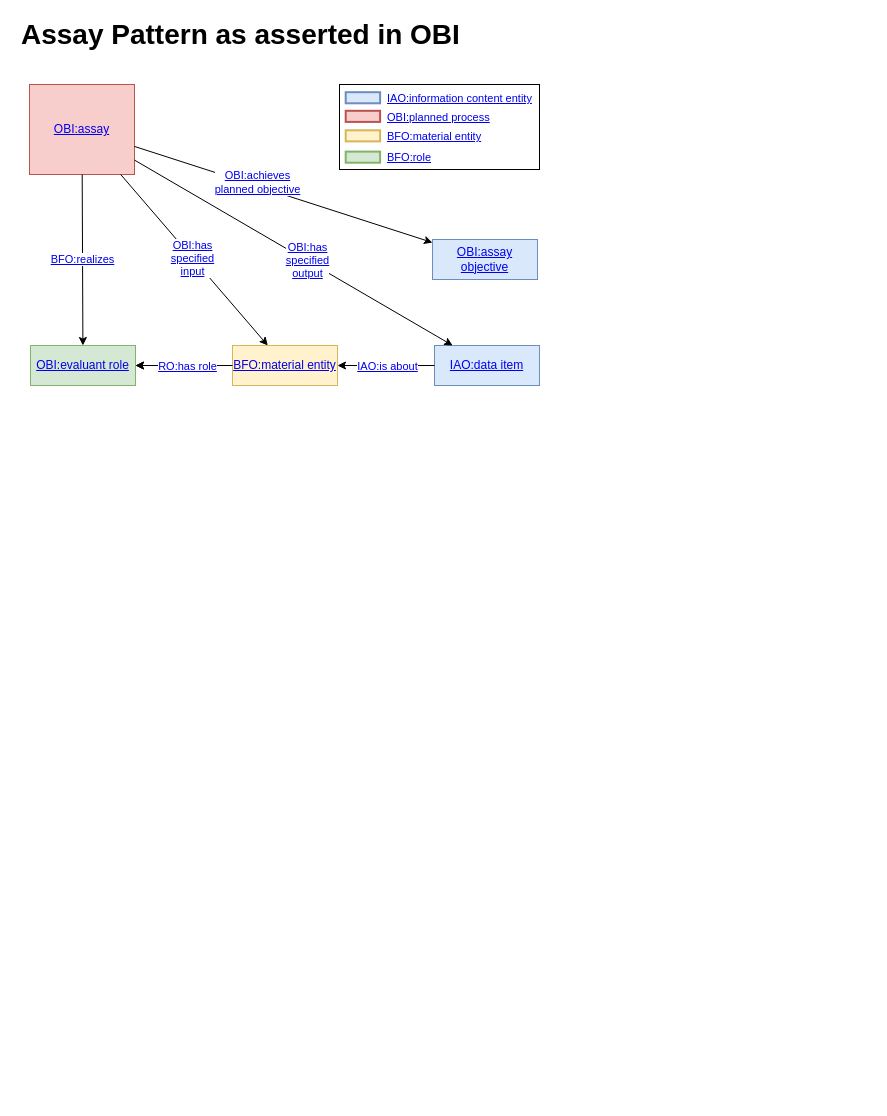
Above: page "OBI Assay Pattern" (3 of 6) of docs/images/VIBSO_T-Box_graph_views.drawio in NFDI4Chem/VibrationalSpectroscopyOntology (draw.io), before the change. Source tidied: cells renumbered, new cells numbered last; positions are measured from the earlier drawing's top-left corner, leaving out a move shared by most shapes. Both pictures are drawn from the tidied source at 100%, with x=0, y=0 at pixel (19, 19).
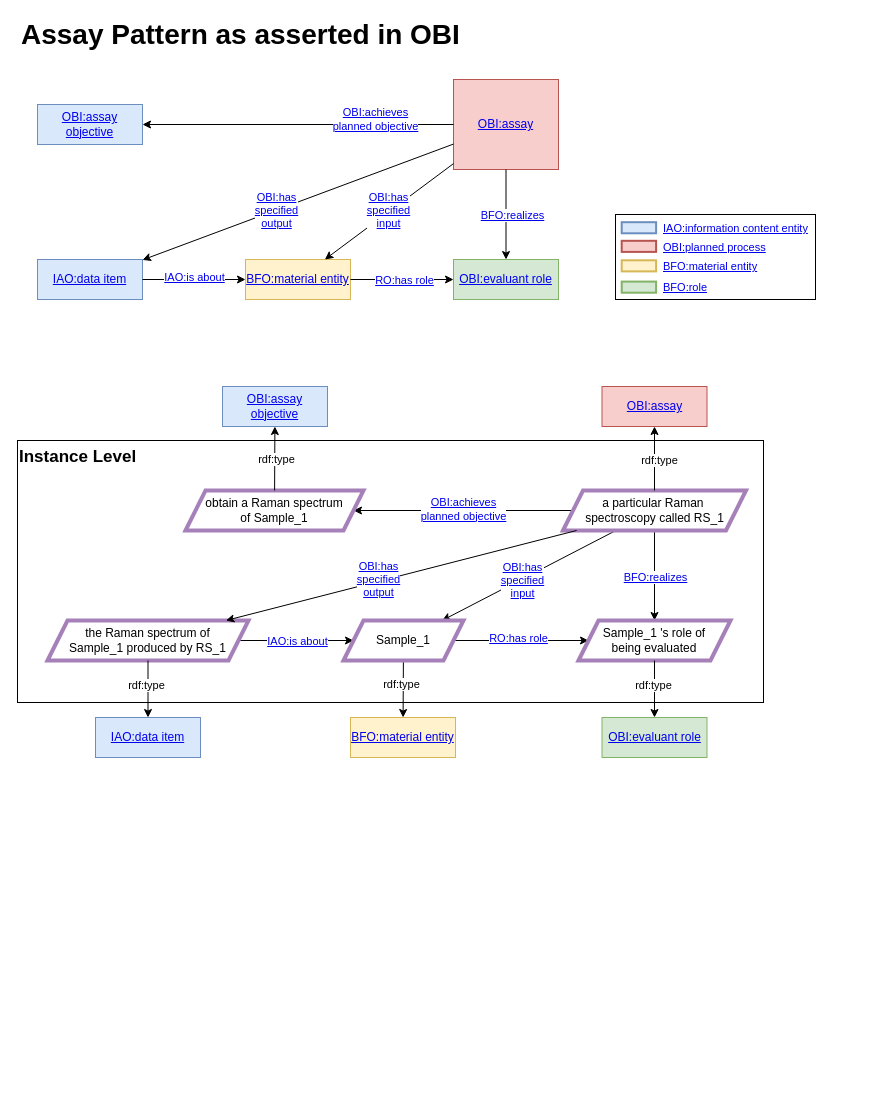
The same page after the edit.

The change refers to these unchanged cells:
```xml
<mxCell id="6" style="rounded=0;jettySize=auto;html=1;jumpStyle=arc;" parent="1" edge="1" source="4" target="5">
  <mxGeometry relative="1" as="geometry" />
</mxCell>
<mxCell id="10" style="rounded=0;jettySize=auto;html=1;" parent="1" edge="1" source="4" target="9">
  <mxGeometry relative="1" as="geometry" />
</mxCell>
<mxCell id="13" style="rounded=0;jettySize=auto;html=1;" parent="1" edge="1" source="9" target="12">
  <mxGeometry relative="1" as="geometry" />
</mxCell>
<mxCell id="15" style="rounded=0;jettySize=auto;html=1;jumpStyle=arc;" parent="1" edge="1" source="4" target="12">
  <mxGeometry relative="1" as="geometry" />
</mxCell>
<mxCell id="18" style="rounded=0;jettySize=auto;html=1;" parent="1" edge="1" source="4" target="17">
  <mxGeometry relative="1" as="geometry" />
</mxCell>
<mxCell id="20" style="rounded=0;jettySize=auto;html=1;jumpStyle=arc;strokeColor=#000000;fontColor=#000000;" parent="1" edge="1" source="5" target="9">
  <mxGeometry relative="1" as="geometry" />
</mxCell>
```

Change to the diagram source:
```diff
@@
+    <mxCell id="32" value="&lt;div align=&quot;left&quot;&gt;&lt;b&gt;&lt;font style=&quot;font-size: 17px;&quot;&gt;Instance Level&lt;/font&gt;&lt;/b&gt;&lt;br&gt;&lt;/div&gt;" style="rounded=0;whiteSpace=wrap;html=1;align=left;verticalAlign=top;" parent="1" vertex="1">
+      <mxGeometry x="-2" y="421" width="746" height="262" as="geometry" />
+    </mxCell>
@@
     <mxCell id="3" style="edgeStyle=none;rounded=0;orthogonalLoop=1;jettySize=auto;html=1;exitX=1;exitY=0.25;exitDx=0;exitDy=0;fontSize=12;" parent="1" edge="1">
       <mxGeometry relative="1" as="geometry">
-        <mxPoint x="385" y="254" as="sourcePoint" />
-        <mxPoint x="385" y="254" as="targetPoint" />
+        <mxPoint x="396" y="168" as="sourcePoint" />
+        <mxPoint x="396" y="168" as="targetPoint" />
       </mxGeometry>
     </mxCell>
     <mxCell id="4" value="&lt;div&gt;&lt;a href=&quot;https://terminology.nfdi4chem.de/ts/ontologies/obi/terms?iri=http%3A%2F%2Fpurl.obolibrary.org%2Fobo%2FOBI_0000070&quot;&gt;OBI:assay&lt;/a&gt;&lt;/div&gt;" style="rounded=0;whiteSpace=wrap;html=1;fillColor=#f8cecc;strokeColor=#b85450;" parent="1" vertex="1">
-      <mxGeometry x="10" y="65" width="105" height="90" as="geometry" />
+      <mxGeometry x="434" y="60" width="105" height="90" as="geometry" />
     </mxCell>
     <mxCell id="5" value="&lt;div&gt;&lt;a href=&quot;https://terminology.nfdi4chem.de/ts/ontologies/vibso/terms?iri=http%3A%2F%2Fpurl.obolibrary.org%2Fobo%2FIAO_0000027&quot;&gt;IAO:data item&lt;/a&gt;&lt;/div&gt;" style="rounded=0;whiteSpace=wrap;html=1;fillColor=#dae8fc;strokeColor=#6c8ebf;arcSize=15;glass=0;shadow=0;" parent="1" vertex="1">
-      <mxGeometry x="415" y="326" width="105" height="40" as="geometry" />
+      <mxGeometry x="18" y="240" width="105" height="40" as="geometry" />
     </mxCell>
@@
     <mxCell id="7" value="&lt;div&gt;&lt;a href=&quot;https://terminology.nfdi4chem.de/ts/ontologies/obi/props?iri=http%3A%2F%2Fpurl.obolibrary.org%2Fobo%2FOBI_0000299&quot;&gt;OBI:has &lt;br&gt;&lt;/a&gt;&lt;/div&gt;&lt;div&gt;&lt;a href=&quot;https://terminology.nfdi4chem.de/ts/ontologies/obi/props?iri=http%3A%2F%2Fpurl.obolibrary.org%2Fobo%2FOBI_0000299&quot;&gt;specified &lt;br&gt;&lt;/a&gt;&lt;/div&gt;&lt;div&gt;&lt;a href=&quot;https://terminology.nfdi4chem.de/ts/ontologies/obi/props?iri=http%3A%2F%2Fpurl.obolibrary.org%2Fobo%2FOBI_0000299&quot;&gt;output&lt;/a&gt;&lt;/div&gt;" style="edgeLabel;html=1;align=center;verticalAlign=middle;" parent="6" vertex="1">
       <mxGeometry x="-0.22" y="2" relative="1" as="geometry">
-        <mxPoint x="47" y="29" as="offset" />
+        <mxPoint x="-57" y="19" as="offset" />
       </mxGeometry>
     </mxCell>
-    <mxCell id="8" style="edgeStyle=orthogonalEdgeStyle;rounded=0;jettySize=auto;html=1;" parent="1" edge="1" source="9">
-      <mxGeometry relative="1" as="geometry">
-        <mxPoint x="116" y="346" as="targetPoint" />
-      </mxGeometry>
-    </mxCell>
     <mxCell id="9" value="&lt;a href=&quot;https://terminology.nfdi4chem.de/ts/ontologies/bfo/terms?iri=http%3A%2F%2Fpurl.obolibrary.org%2Fobo%2FBFO_0000040&quot;&gt;BFO:material entity&lt;/a&gt;" style="rounded=0;whiteSpace=wrap;html=1;fillColor=#fff2cc;strokeColor=#d6b656;" parent="1" vertex="1">
-      <mxGeometry x="213" y="326" width="105" height="40" as="geometry" />
+      <mxGeometry x="226" y="240" width="105" height="40" as="geometry" />
     </mxCell>
@@
     <mxCell id="11" value="&lt;div class=&quot;node-metadata-label&quot;&gt;&lt;/div&gt;&lt;div class=&quot;col-sm-8 col-md-9 node-metadata-value&quot;&gt;&lt;a href=&quot;https://terminology.nfdi4chem.de/ts/ontologies/obi/props?iri=http%3A%2F%2Fpurl.obolibrary.org%2Fobo%2FOBI_0000293&quot;&gt;OBI:has &lt;br&gt;&lt;/a&gt;&lt;/div&gt;&lt;div class=&quot;col-sm-8 col-md-9 node-metadata-value&quot;&gt;&lt;a href=&quot;https://terminology.nfdi4chem.de/ts/ontologies/obi/props?iri=http%3A%2F%2Fpurl.obolibrary.org%2Fobo%2FOBI_0000293&quot;&gt;specified &lt;br&gt;&lt;/a&gt;&lt;/div&gt;&lt;div class=&quot;col-sm-8 col-md-9 node-metadata-value&quot;&gt;&lt;a href=&quot;https://terminology.nfdi4chem.de/ts/ontologies/obi/props?iri=http%3A%2F%2Fpurl.obolibrary.org%2Fobo%2FOBI_0000293&quot;&gt;input&lt;/a&gt;&lt;/div&gt;" style="edgeLabel;html=1;align=center;verticalAlign=middle;" parent="10" vertex="1">
       <mxGeometry x="-0.42" y="-1" relative="1" as="geometry">
-        <mxPoint x="30" y="34" as="offset" />
+        <mxPoint x="-27" y="19" as="offset" />
       </mxGeometry>
     </mxCell>
     <mxCell id="12" value="&lt;a href=&quot;https://terminology.nfdi4chem.de/ts/ontologies/obi/terms?iri=http%3A%2F%2Fpurl.obolibrary.org%2Fobo%2FOBI_0000067&quot;&gt;OBI:evaluant role&lt;/a&gt;" style="rounded=0;whiteSpace=wrap;html=1;fillColor=#d5e8d4;strokeColor=#82b366;" parent="1" vertex="1">
-      <mxGeometry x="11" y="326" width="105" height="40" as="geometry" />
+      <mxGeometry x="434" y="240" width="105" height="40" as="geometry" />
     </mxCell>
@@
     <mxCell id="14" value="&lt;a href=&quot;https://terminology.nfdi4chem.de/ts/ontologies/ro/props?iri=http%3A%2F%2Fpurl.obolibrary.org%2Fobo%2FRO_0000087&quot;&gt;RO:has role&lt;/a&gt;" style="edgeLabel;html=1;align=center;verticalAlign=middle;" parent="13" vertex="1">
       <mxGeometry x="-0.32" y="4" relative="1" as="geometry">
-        <mxPoint x="-13" y="-4" as="offset" />
+        <mxPoint x="18" y="4" as="offset" />
       </mxGeometry>
     </mxCell>
@@
     <mxCell id="16" value="&lt;a href=&quot;https://terminology.nfdi4chem.de/ts/ontologies/ro/props?iri=http%3A%2F%2Fpurl.obolibrary.org%2Fobo%2FBFO_0000055&quot;&gt;BFO:realizes&lt;/a&gt;" style="edgeLabel;html=1;align=center;verticalAlign=middle;" parent="15" vertex="1">
       <mxGeometry x="-0.31" y="2" relative="1" as="geometry">
-        <mxPoint x="-2" y="26" as="offset" />
+        <mxPoint x="4" y="14" as="offset" />
       </mxGeometry>
     </mxCell>
     <mxCell id="17" value="&lt;a href=&quot;https://terminology.nfdi4chem.de/ts/ontologies/obi/terms?iri=http%3A%2F%2Fpurl.obolibrary.org%2Fobo%2FOBI_0000441&quot;&gt;OBI:assay objective&lt;/a&gt;" style="rounded=0;whiteSpace=wrap;html=1;fillColor=#dae8fc;strokeColor=#6c8ebf;" parent="1" vertex="1">
-      <mxGeometry x="413" y="220" width="105" height="40" as="geometry" />
+      <mxGeometry x="18" y="85" width="105" height="40" as="geometry" />
     </mxCell>
@@
     <mxCell id="19" value="&lt;div&gt;&lt;a href=&quot;https://terminology.nfdi4chem.de/ts/ontologies/obi/props?iri=http%3A%2F%2Fpurl.obolibrary.org%2Fobo%2FOBI_0000417&quot;&gt;OBI:achieves&lt;/a&gt;&lt;/div&gt;&lt;div&gt;&lt;a href=&quot;https://terminology.nfdi4chem.de/ts/ontologies/obi/props?iri=http%3A%2F%2Fpurl.obolibrary.org%2Fobo%2FOBI_0000417&quot;&gt;planned objective&lt;/a&gt;&lt;br&gt;&lt;/div&gt;" style="edgeLabel;html=1;align=center;verticalAlign=middle;" parent="18" vertex="1">
       <mxGeometry x="-0.29" y="-4" relative="1" as="geometry">
-        <mxPoint x="18" y="-2" as="offset" />
+        <mxPoint x="31" y="-2" as="offset" />
       </mxGeometry>
     </mxCell>
@@
     <mxCell id="21" value="&lt;div&gt;&lt;a href=&quot;https://terminology.nfdi4chem.de/ts/ontologies/iao/props?iri=http%3A%2F%2Fpurl.obolibrary.org%2Fobo%2FIAO_0000136&quot;&gt;IAO:is about&lt;/a&gt;&lt;/div&gt;" style="edgeLabel;html=1;align=center;verticalAlign=middle;fontColor=#000000;" parent="20" vertex="1">
       <mxGeometry x="0.23" y="-2" relative="1" as="geometry">
-        <mxPoint x="12" y="2" as="offset" />
+        <mxPoint x="-12" y="-5" as="offset" />
       </mxGeometry>
     </mxCell>
     <mxCell id="22" style="group;" parent="1" vertex="1">
-      <mxGeometry x="320" y="65" width="200" height="85" as="geometry" />
+      <mxGeometry x="596" y="195" width="200" height="85" as="geometry" />
     </mxCell>
@@
+    <mxCell id="33" style="edgeStyle=none;rounded=0;orthogonalLoop=1;jettySize=auto;html=1;exitX=1;exitY=0.25;exitDx=0;exitDy=0;fontSize=12;" parent="1" edge="1">
+      <mxGeometry relative="1" as="geometry">
+        <mxPoint x="842" y="695" as="sourcePoint" />
+        <mxPoint x="842" y="695" as="targetPoint" />
+      </mxGeometry>
+    </mxCell>
+    <mxCell id="34" style="rounded=0;jettySize=auto;html=1;" parent="1" edge="1" source="50" target="59">
+      <mxGeometry relative="1" as="geometry" />
+    </mxCell>
+    <mxCell id="35" value="&lt;div class=&quot;node-metadata-label&quot;&gt;&lt;/div&gt;&lt;div class=&quot;col-sm-8 col-md-9 node-metadata-value&quot;&gt;&lt;a href=&quot;https://terminology.nfdi4chem.de/ts/ontologies/obi/props?iri=http%3A%2F%2Fpurl.obolibrary.org%2Fobo%2FOBI_0000293&quot;&gt;OBI:has &lt;br&gt;&lt;/a&gt;&lt;/div&gt;&lt;div class=&quot;col-sm-8 col-md-9 node-metadata-value&quot;&gt;&lt;a href=&quot;https://terminology.nfdi4chem.de/ts/ontologies/obi/props?iri=http%3A%2F%2Fpurl.obolibrary.org%2Fobo%2FOBI_0000293&quot;&gt;specified &lt;br&gt;&lt;/a&gt;&lt;/div&gt;&lt;div class=&quot;col-sm-8 col-md-9 node-metadata-value&quot;&gt;&lt;a href=&quot;https://terminology.nfdi4chem.de/ts/ontologies/obi/props?iri=http%3A%2F%2Fpurl.obolibrary.org%2Fobo%2FOBI_0000293&quot;&gt;input&lt;/a&gt;&lt;/div&gt;" style="edgeLabel;html=1;align=center;verticalAlign=middle;" parent="34" vertex="1">
+      <mxGeometry x="-0.42" y="-1" relative="1" as="geometry">
+        <mxPoint x="-43" y="24" as="offset" />
+      </mxGeometry>
+    </mxCell>
+    <mxCell id="36" style="rounded=0;jettySize=auto;html=1;" parent="1" edge="1" source="59" target="60">
+      <mxGeometry relative="1" as="geometry" />
+    </mxCell>
+    <mxCell id="37" value="&lt;a href=&quot;https://terminology.nfdi4chem.de/ts/ontologies/ro/props?iri=http%3A%2F%2Fpurl.obolibrary.org%2Fobo%2FRO_0000087&quot;&gt;RO:has role&lt;/a&gt;" style="edgeLabel;html=1;align=center;verticalAlign=middle;" parent="36" vertex="1">
+      <mxGeometry x="-0.32" y="4" relative="1" as="geometry">
+        <mxPoint x="18" y="1" as="offset" />
+      </mxGeometry>
+    </mxCell>
+    <mxCell id="38" style="rounded=0;jettySize=auto;html=1;jumpStyle=arc;" parent="1" edge="1" source="50" target="60">
+      <mxGeometry relative="1" as="geometry" />
+    </mxCell>
+    <mxCell id="39" value="&lt;a href=&quot;https://terminology.nfdi4chem.de/ts/ontologies/ro/props?iri=http%3A%2F%2Fpurl.obolibrary.org%2Fobo%2FBFO_0000055&quot;&gt;BFO:realizes&lt;/a&gt;" style="edgeLabel;html=1;align=center;verticalAlign=middle;" parent="38" vertex="1">
+      <mxGeometry x="-0.31" y="2" relative="1" as="geometry">
+        <mxPoint x="-2" y="15" as="offset" />
+      </mxGeometry>
+    </mxCell>
+    <mxCell id="40" style="rounded=0;jettySize=auto;html=1;" parent="1" edge="1" source="50" target="52">
+      <mxGeometry relative="1" as="geometry" />
+    </mxCell>
+    <mxCell id="41" value="&lt;div&gt;&lt;a href=&quot;https://terminology.nfdi4chem.de/ts/ontologies/obi/props?iri=http%3A%2F%2Fpurl.obolibrary.org%2Fobo%2FOBI_0000417&quot;&gt;OBI:achieves&lt;/a&gt;&lt;/div&gt;&lt;div&gt;&lt;a href=&quot;https://terminology.nfdi4chem.de/ts/ontologies/obi/props?iri=http%3A%2F%2Fpurl.obolibrary.org%2Fobo%2FOBI_0000417&quot;&gt;planned objective&lt;/a&gt;&lt;br&gt;&lt;/div&gt;" style="edgeLabel;html=1;align=center;verticalAlign=middle;" parent="40" vertex="1">
+      <mxGeometry x="-0.29" y="-4" relative="1" as="geometry">
+        <mxPoint x="-32" y="2" as="offset" />
+      </mxGeometry>
+    </mxCell>
+    <mxCell id="42" style="rounded=0;jettySize=auto;html=1;jumpStyle=arc;strokeColor=#000000;fontColor=#000000;" parent="1" edge="1" source="56" target="59">
+      <mxGeometry relative="1" as="geometry" />
+    </mxCell>
+    <mxCell id="43" value="&lt;div&gt;&lt;a href=&quot;https://terminology.nfdi4chem.de/ts/ontologies/iao/props?iri=http%3A%2F%2Fpurl.obolibrary.org%2Fobo%2FIAO_0000136&quot;&gt;IAO:is about&lt;/a&gt;&lt;/div&gt;" style="edgeLabel;html=1;align=center;verticalAlign=middle;fontColor=#000000;" parent="42" vertex="1">
+      <mxGeometry x="0.23" y="-2" relative="1" as="geometry">
+        <mxPoint x="-13" y="-2" as="offset" />
+      </mxGeometry>
+    </mxCell>
+    <mxCell id="44" style="edgeStyle=none;rounded=0;orthogonalLoop=1;jettySize=auto;html=1;exitX=1;exitY=0.25;exitDx=0;exitDy=0;fontSize=12;" parent="1" edge="1">
+      <mxGeometry relative="1" as="geometry">
+        <mxPoint x="448" y="1071" as="sourcePoint" />
+        <mxPoint x="448" y="1071" as="targetPoint" />
+      </mxGeometry>
+    </mxCell>
+    <mxCell id="45" value="&lt;div&gt;&lt;a href=&quot;https://terminology.nfdi4chem.de/ts/ontologies/vibso/terms?iri=http%3A%2F%2Fpurl.obolibrary.org%2Fobo%2FIAO_0000027&quot;&gt;IAO:data item&lt;/a&gt;&lt;/div&gt;" style="rounded=0;whiteSpace=wrap;html=1;fillColor=#dae8fc;strokeColor=#6c8ebf;arcSize=15;glass=0;shadow=0;" parent="1" vertex="1">
+      <mxGeometry x="76" y="698" width="105" height="40" as="geometry" />
+    </mxCell>
+    <mxCell id="46" value="&lt;a href=&quot;https://terminology.nfdi4chem.de/ts/ontologies/bfo/terms?iri=http%3A%2F%2Fpurl.obolibrary.org%2Fobo%2FBFO_0000040&quot;&gt;BFO:material entity&lt;/a&gt;" style="rounded=0;whiteSpace=wrap;html=1;fillColor=#fff2cc;strokeColor=#d6b656;" parent="1" vertex="1">
+      <mxGeometry x="331" y="698" width="105" height="40" as="geometry" />
+    </mxCell>
+    <mxCell id="47" value="&lt;a href=&quot;https://terminology.nfdi4chem.de/ts/ontologies/obi/terms?iri=http%3A%2F%2Fpurl.obolibrary.org%2Fobo%2FOBI_0000067&quot;&gt;OBI:evaluant role&lt;/a&gt;" style="rounded=0;whiteSpace=wrap;html=1;fillColor=#d5e8d4;strokeColor=#82b366;" parent="1" vertex="1">
+      <mxGeometry x="582.5" y="698" width="105" height="40" as="geometry" />
+    </mxCell>
+    <mxCell id="48" style="rounded=0;jettySize=auto;html=1;" parent="1" edge="1" source="59" target="46">
+      <mxGeometry relative="1" as="geometry" />
+    </mxCell>
+    <mxCell id="49" value="rdf:type" style="edgeLabel;html=1;align=center;verticalAlign=middle;" parent="48" vertex="1">
+      <mxGeometry x="-0.16" y="-2" relative="1" as="geometry" />
+    </mxCell>
+    <mxCell id="50" value="&lt;div&gt;a particular Raman&amp;nbsp;&lt;/div&gt;&lt;div&gt;spectroscopy called RS_1&lt;/div&gt;" style="shape=parallelogram;perimeter=parallelogramPerimeter;whiteSpace=wrap;html=1;fixedSize=1;strokeColor=#A680B8;strokeWidth=4;" parent="1" vertex="1">
+      <mxGeometry x="543.5" y="471" width="183" height="40" as="geometry" />
+    </mxCell>
+    <mxCell id="51" value="&lt;div&gt;&lt;a href=&quot;https://terminology.nfdi4chem.de/ts/ontologies/obi/terms?iri=http%3A%2F%2Fpurl.obolibrary.org%2Fobo%2FOBI_0000070&quot;&gt;OBI:assay&lt;/a&gt;&lt;/div&gt;" style="rounded=0;whiteSpace=wrap;html=1;fillColor=#f8cecc;strokeColor=#b85450;" parent="1" vertex="1">
+      <mxGeometry x="582.5" y="367" width="105" height="40" as="geometry" />
+    </mxCell>
+    <mxCell id="52" value="&lt;div&gt;obtain a Raman spectrum&lt;/div&gt;&lt;div&gt;of Sample_1&lt;/div&gt;" style="shape=parallelogram;perimeter=parallelogramPerimeter;whiteSpace=wrap;html=1;fixedSize=1;strokeColor=#A680B8;strokeWidth=4;" parent="1" vertex="1">
+      <mxGeometry x="166" y="471" width="178" height="40" as="geometry" />
+    </mxCell>
+    <mxCell id="53" value="&lt;a href=&quot;https://terminology.nfdi4chem.de/ts/ontologies/obi/terms?iri=http%3A%2F%2Fpurl.obolibrary.org%2Fobo%2FOBI_0000441&quot;&gt;OBI:assay objective&lt;/a&gt;" style="rounded=0;whiteSpace=wrap;html=1;fillColor=#dae8fc;strokeColor=#6c8ebf;" parent="1" vertex="1">
+      <mxGeometry x="203" y="367" width="105" height="40" as="geometry" />
+    </mxCell>
+    <mxCell id="54" style="rounded=0;jettySize=auto;html=1;" parent="1" edge="1" source="52" target="53">
+      <mxGeometry relative="1" as="geometry" />
+    </mxCell>
+    <mxCell id="55" value="rdf:type" style="edgeLabel;html=1;align=center;verticalAlign=middle;" parent="54" vertex="1">
+      <mxGeometry x="-0.16" y="-2" relative="1" as="geometry">
+        <mxPoint x="-1" y="-5" as="offset" />
+      </mxGeometry>
+    </mxCell>
+    <mxCell id="56" value="&lt;div&gt;the Raman spectrum of&lt;/div&gt;&lt;div&gt;Sample_1 produced by RS_1&lt;br&gt;&lt;/div&gt;" style="shape=parallelogram;perimeter=parallelogramPerimeter;whiteSpace=wrap;html=1;fixedSize=1;strokeColor=#A680B8;strokeWidth=4;" parent="1" vertex="1">
+      <mxGeometry x="28" y="601" width="201" height="40" as="geometry" />
+    </mxCell>
+    <mxCell id="57" style="rounded=0;jettySize=auto;html=1;" parent="1" edge="1" source="56" target="45">
+      <mxGeometry relative="1" as="geometry" />
+    </mxCell>
+    <mxCell id="58" value="rdf:type" style="edgeLabel;html=1;align=center;verticalAlign=middle;" parent="57" vertex="1">
+      <mxGeometry x="-0.16" y="-2" relative="1" as="geometry" />
+    </mxCell>
+    <mxCell id="59" value="Sample_1" style="shape=parallelogram;perimeter=parallelogramPerimeter;whiteSpace=wrap;html=1;fixedSize=1;strokeColor=#A680B8;strokeWidth=4;" parent="1" vertex="1">
+      <mxGeometry x="324" y="601" width="120" height="40" as="geometry" />
+    </mxCell>
+    <mxCell id="60" value="&lt;div&gt;Sample_1 's role of&lt;/div&gt;&lt;div&gt;being evaluated&lt;/div&gt;" style="shape=parallelogram;perimeter=parallelogramPerimeter;whiteSpace=wrap;html=1;fixedSize=1;strokeColor=#A680B8;strokeWidth=4;" parent="1" vertex="1">
+      <mxGeometry x="559" y="601" width="152" height="40" as="geometry" />
+    </mxCell>
+    <mxCell id="61" style="rounded=0;jettySize=auto;html=1;" parent="1" edge="1" source="60" target="47">
+      <mxGeometry relative="1" as="geometry" />
+    </mxCell>
+    <mxCell id="62" value="rdf:type" style="edgeLabel;html=1;align=center;verticalAlign=middle;" parent="61" vertex="1">
+      <mxGeometry x="-0.16" y="-2" relative="1" as="geometry" />
+    </mxCell>
+    <mxCell id="63" style="rounded=0;jettySize=auto;html=1;" parent="1" edge="1" source="50" target="51">
+      <mxGeometry relative="1" as="geometry" />
+    </mxCell>
+    <mxCell id="64" value="rdf:type" style="edgeLabel;html=1;align=center;verticalAlign=middle;" parent="63" vertex="1">
+      <mxGeometry x="-0.16" y="-2" relative="1" as="geometry">
+        <mxPoint x="2" y="-4" as="offset" />
+      </mxGeometry>
+    </mxCell>
+    <mxCell id="65" style="rounded=0;jettySize=auto;html=1;jumpStyle=arc;" parent="1" edge="1" source="50" target="56">
+      <mxGeometry relative="1" as="geometry" />
+    </mxCell>
+    <mxCell id="66" value="&lt;div&gt;&lt;a href=&quot;https://terminology.nfdi4chem.de/ts/ontologies/obi/props?iri=http%3A%2F%2Fpurl.obolibrary.org%2Fobo%2FOBI_0000299&quot;&gt;OBI:has &lt;br&gt;&lt;/a&gt;&lt;/div&gt;&lt;div&gt;&lt;a href=&quot;https://terminology.nfdi4chem.de/ts/ontologies/obi/props?iri=http%3A%2F%2Fpurl.obolibrary.org%2Fobo%2FOBI_0000299&quot;&gt;specified &lt;br&gt;&lt;/a&gt;&lt;/div&gt;&lt;div&gt;&lt;a href=&quot;https://terminology.nfdi4chem.de/ts/ontologies/obi/props?iri=http%3A%2F%2Fpurl.obolibrary.org%2Fobo%2FOBI_0000299&quot;&gt;output&lt;/a&gt;&lt;/div&gt;" style="edgeLabel;html=1;align=center;verticalAlign=middle;" parent="65" vertex="1">
+      <mxGeometry x="-0.22" y="2" relative="1" as="geometry">
+        <mxPoint x="-63" y="12" as="offset" />
+      </mxGeometry>
+    </mxCell>
```
